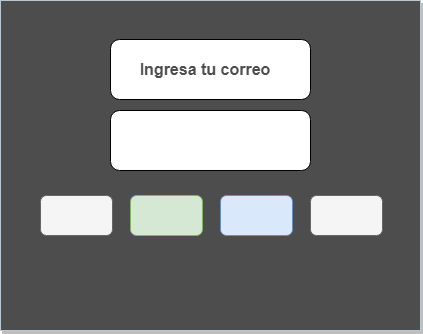
Before: wireframe/login_DH_Venture_Capitals.png, a diagram exported from draw.io (Fe24Le/Grupo-3-DH_Venture_Capitals). Source tidied: cells renumbered, new cells last; positions are measured from the earlier drawing's top-left corner, leaving out a move shared by most shapes.
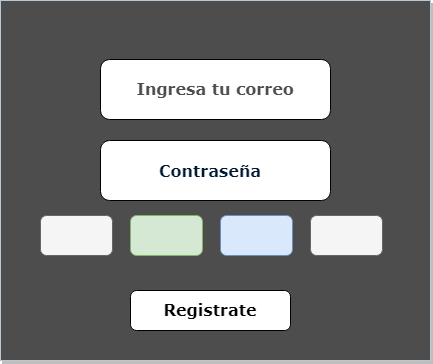
Above is the later version.

What changed in the source:
```diff
@@ -3,7 +3,7 @@
     <mxCell id="0" />
     <mxCell id="1" parent="0" />
     <mxCell id="2" style="rounded=0;whiteSpace=wrap;html=1;fontSize=16;labelBackgroundColor=none;fillColor=#4D4D4D;strokeColor=#BAC8D3;fontColor=#EEEEEE;glass=0;shadow=1;" parent="1" vertex="1">
-      <mxGeometry width="420" height="330" as="geometry" />
+      <mxGeometry y="-20" width="430" height="360" as="geometry" />
     </mxCell>
     <mxCell id="3" style="rounded=1;whiteSpace=wrap;html=1;fontSize=16;labelBackgroundColor=none;fillColor=#f5f5f5;fontColor=#333333;strokeColor=#666666;" parent="1" vertex="1">
       <mxGeometry x="40" y="195" width="72" height="40" as="geometry" />
@@ -24,13 +24,19 @@
       </mxGeometry>
     </mxCell>
     <mxCell id="8" style="rounded=1;whiteSpace=wrap;html=1;fontSize=16;fontFamily=Georgia;" parent="1" vertex="1">
-      <mxGeometry x="110" y="39" width="200" height="60" as="geometry" />
+      <mxGeometry x="100" y="39" width="230" height="60" as="geometry" />
     </mxCell>
     <mxCell id="9" style="rounded=1;whiteSpace=wrap;html=1;fontSize=16;" parent="1" vertex="1">
-      <mxGeometry x="110" y="110" width="200" height="60" as="geometry" />
+      <mxGeometry x="100" y="120" width="230" height="60" as="geometry" />
     </mxCell>
-    <mxCell id="10" value="Ingresa tu correo" style="text;strokeColor=none;fillColor=none;html=1;align=center;verticalAlign=middle;whiteSpace=wrap;rounded=0;fontSize=16;fontColor=#4D4D4D;fontStyle=1;" parent="1" vertex="1">
-      <mxGeometry x="130" y="54" width="150" height="30" as="geometry" />
+    <mxCell id="10" value="&lt;font face=&quot;Verdana&quot;&gt;Ingresa tu correo&lt;/font&gt;" style="text;strokeColor=none;fillColor=none;html=1;align=center;verticalAlign=middle;whiteSpace=wrap;rounded=0;fontSize=16;fontColor=#4D4D4D;fontStyle=1;" parent="1" vertex="1">
+      <mxGeometry x="110" y="54" width="210" height="30" as="geometry" />
     </mxCell>
+    <mxCell id="11" value="&lt;font color=&quot;#001933&quot;&gt;Contraseña&lt;/font&gt;" style="text;strokeColor=none;fillColor=none;html=1;align=center;verticalAlign=middle;whiteSpace=wrap;rounded=0;fontSize=16;fontColor=#EEEEEE;fontFamily=Verdana;fontStyle=1;" parent="1" vertex="1">
+      <mxGeometry x="130" y="135" width="160" height="30" as="geometry" />
+    </mxCell>
+    <mxCell id="12" value="&lt;font face=&quot;Verdana&quot;&gt;&lt;b&gt;Registrate&lt;/b&gt;&lt;/font&gt;" style="rounded=1;whiteSpace=wrap;html=1;fontSize=16;" parent="1" vertex="1">
+      <mxGeometry x="130" y="270" width="160" height="40" as="geometry" />
+    </mxCell>
   </root>
 </mxGraphModel>
```
